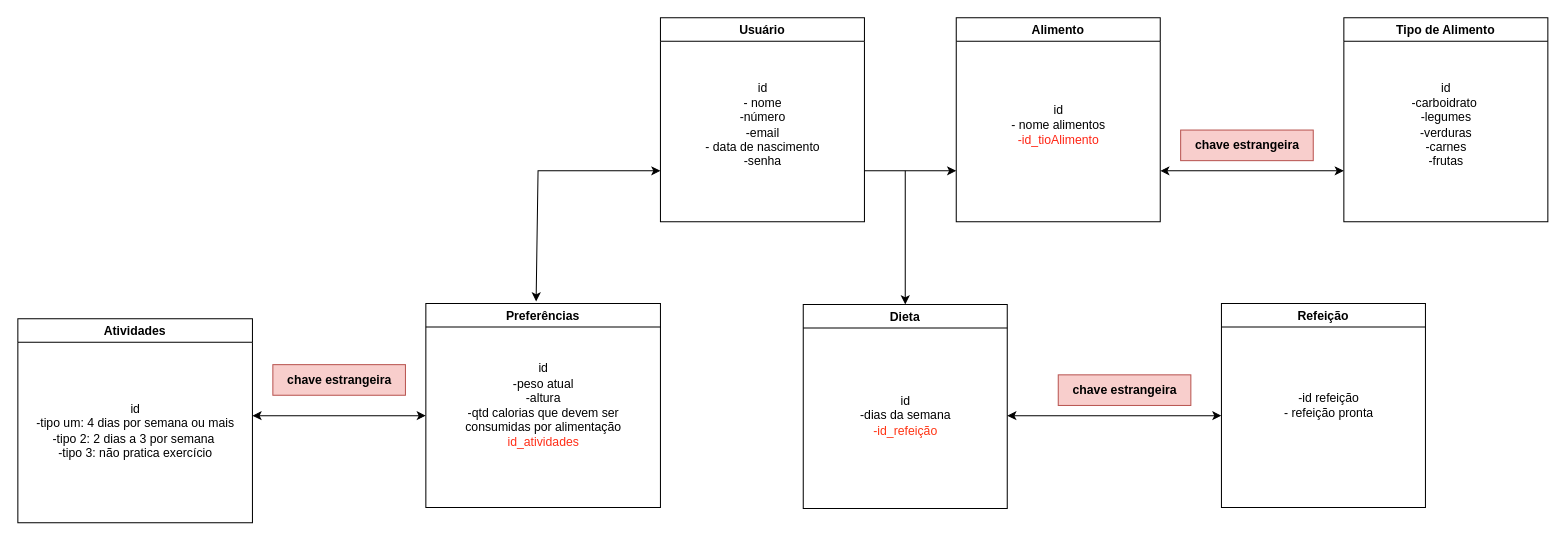
FelipeRoriz0/MakeYourdiet keeps this draw.io diagram as Desenvolvimento/SCRIPTBD/Diagrama Banco de Dados.drawio. Above is the earlier version. Source tidied: cells renumbered, new cells numbered last; positions are measured from the earlier drawing's top-left corner, leaving out a move shared by most shapes. Both pictures are drawn from the tidied source at 102%, with x=0, y=0 at pixel (17, 17).
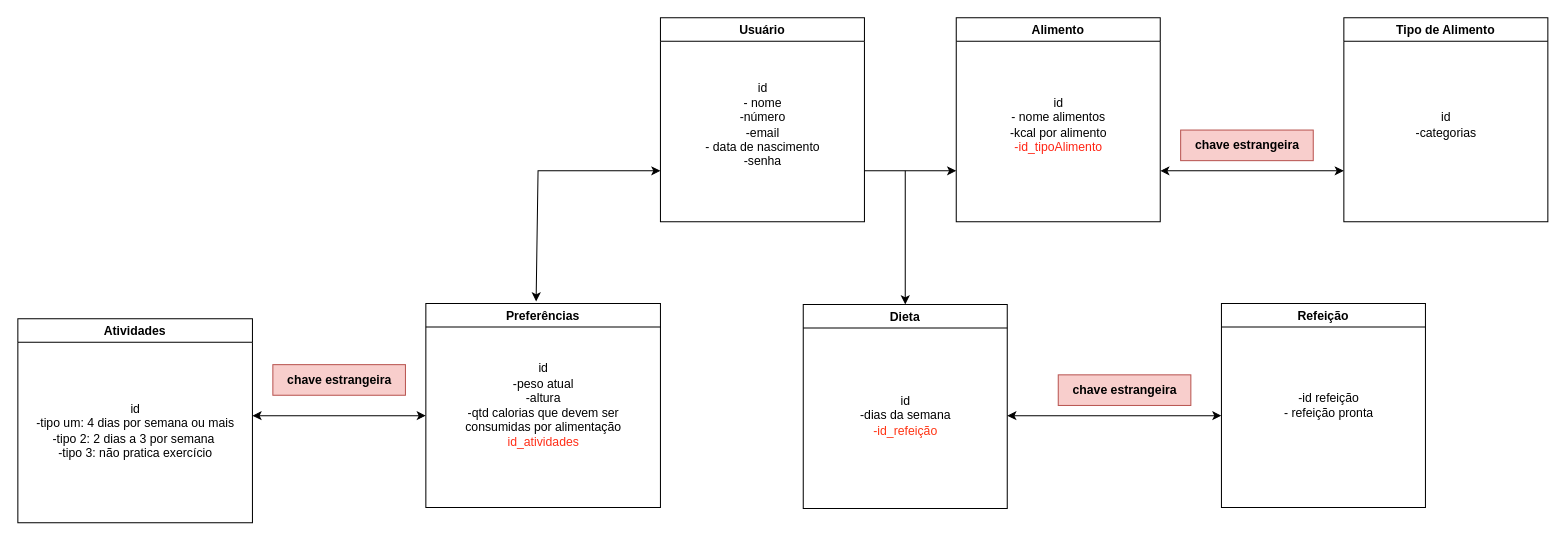
The same page after the edit.

Commit message (it also covers changes not shown here):
criação de tabelas, e inserção de valores

Unchanged cells that the change refers to:
```xml
<mxCell id="4" value="Alimento" style="swimlane;" parent="1" vertex="1">
  <mxGeometry x="920" width="200" height="200" as="geometry" />
</mxCell>
<mxCell id="6" value="Tipo de Alimento" style="swimlane;" parent="1" vertex="1">
  <mxGeometry x="1300" width="200" height="200" as="geometry" />
</mxCell>
```

Change to the diagram source:
```diff
@@
-    <mxCell id="5" value="id&lt;br&gt;- nome alimentos&lt;br&gt;&lt;font color=&quot;#ff2414&quot;&gt;-id_tioAlimento&lt;/font&gt;" style="text;html=1;align=center;verticalAlign=middle;strokeColor=none;fillColor=none;" parent="4" vertex="1">
-      <mxGeometry x="40" y="75" width="120" height="60" as="geometry" />
+    <mxCell id="5" value="id&lt;br&gt;- nome alimentos&lt;br&gt;-kcal por alimento&lt;br&gt;&lt;font color=&quot;#ff2414&quot;&gt;-id_tipoAlimento&lt;/font&gt;" style="text;html=1;align=center;verticalAlign=middle;strokeColor=none;fillColor=none;" parent="4" vertex="1">
+      <mxGeometry x="40" y="70" width="120" height="70" as="geometry" />
     </mxCell>
@@
-    <mxCell id="7" value="id&lt;br&gt;-carboidrato&amp;nbsp;&lt;br&gt;-legumes&lt;br&gt;-verduras&lt;br&gt;-carnes&lt;br&gt;-frutas" style="text;html=1;align=center;verticalAlign=middle;strokeColor=none;fillColor=none;" parent="6" vertex="1">
-      <mxGeometry x="55" y="55" width="90" height="100" as="geometry" />
+    <mxCell id="7" value="id&lt;br&gt;-categorias" style="text;html=1;align=center;verticalAlign=middle;strokeColor=none;fillColor=none;" parent="6" vertex="1">
+      <mxGeometry x="60" y="85" width="80" height="40" as="geometry" />
     </mxCell>
```
